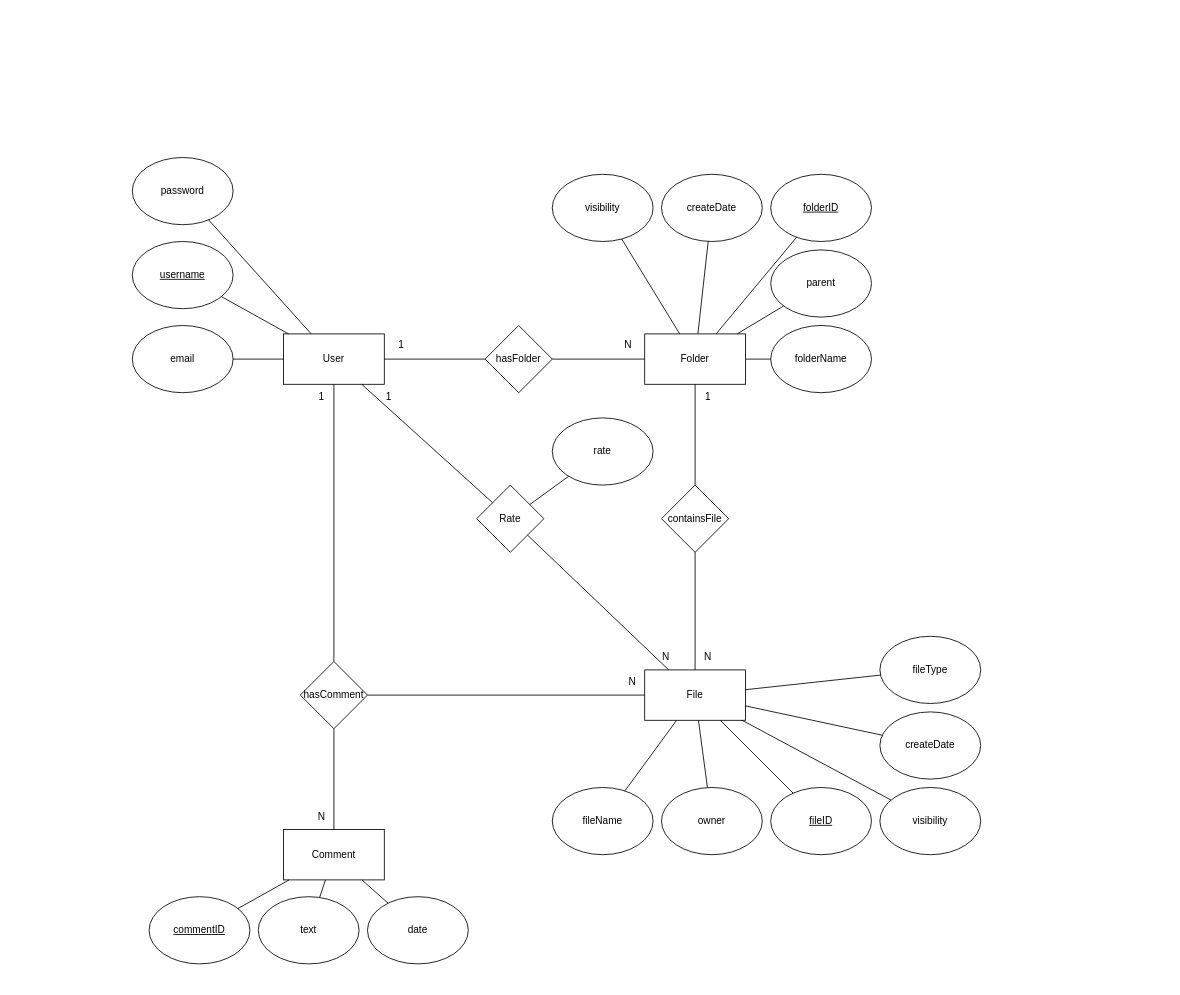
Above: diagramok/EK-diagram.drawio in HedSut/2024-adatb-projekt-drive (draw.io), before the change. Source tidied: cells renumbered, new cells numbered last; positions are measured from the earlier drawing's top-left corner, leaving out a move shared by most shapes. Both pictures are drawn from the tidied source at 84%, with x=0, y=0 at pixel (132, 157).
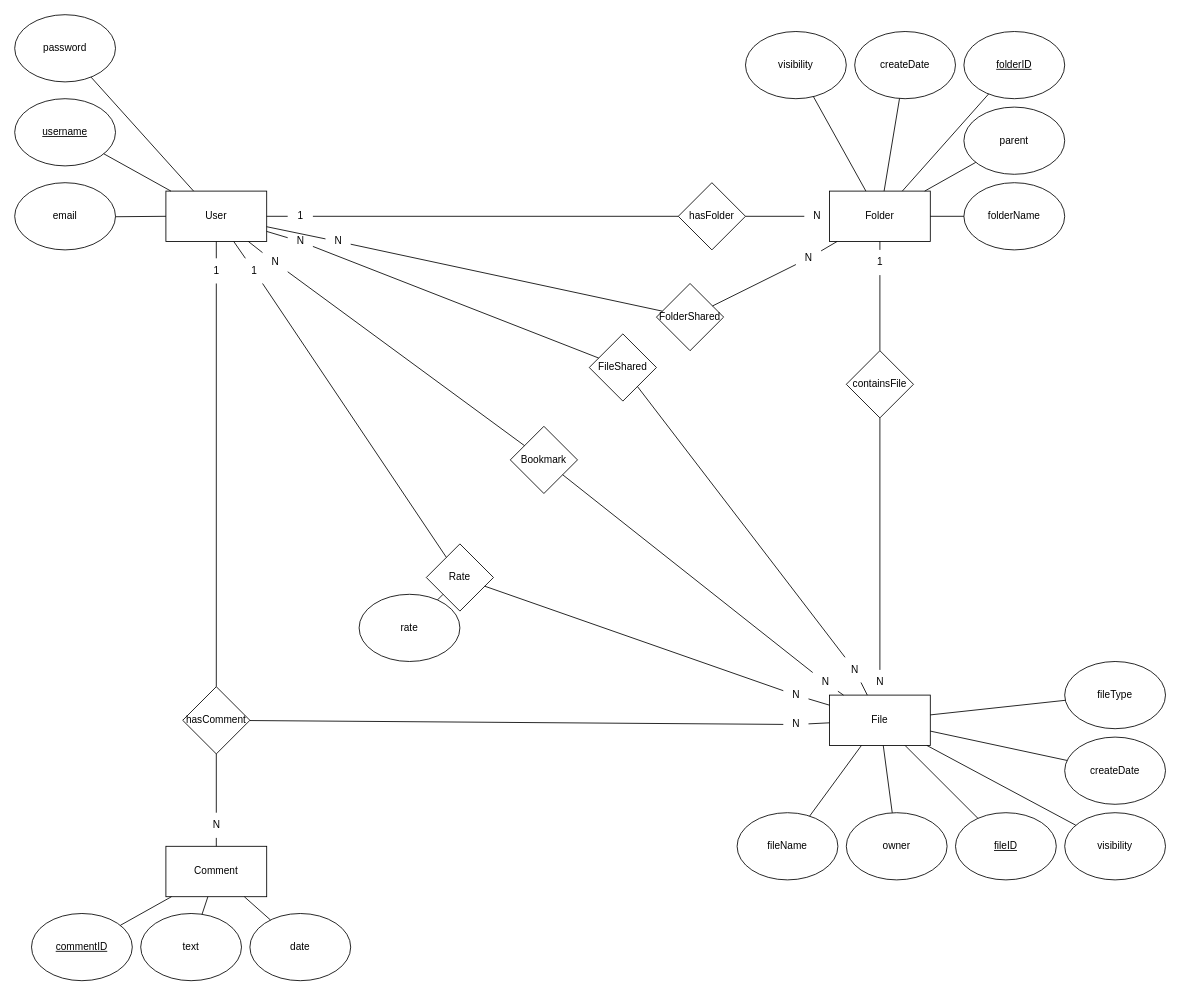
Above is the later version.

Commit message (it also covers changes not shown here):
ek diagram javitas

What changed in the source:
```diff
@@
     <mxCell id="2" value="User" style="rounded=0;whiteSpace=wrap;html=1;" parent="1" vertex="1">
-      <mxGeometry x="180" y="210" width="120" height="60" as="geometry" />
+      <mxGeometry x="40" y="40" width="120" height="60" as="geometry" />
     </mxCell>
     <mxCell id="3" value="Folder" style="rounded=0;whiteSpace=wrap;html=1;" parent="1" vertex="1">
-      <mxGeometry x="610" y="210" width="120" height="60" as="geometry" />
+      <mxGeometry x="830" y="40" width="120" height="60" as="geometry" />
     </mxCell>
     <mxCell id="4" value="File" style="rounded=0;whiteSpace=wrap;html=1;" parent="1" vertex="1">
-      <mxGeometry x="610" y="610" width="120" height="60" as="geometry" />
+      <mxGeometry x="830" y="640" width="120" height="60" as="geometry" />
     </mxCell>
     <mxCell id="5" value="Comment" style="rounded=0;whiteSpace=wrap;html=1;" parent="1" vertex="1">
-      <mxGeometry x="180" y="800" width="120" height="60" as="geometry" />
+      <mxGeometry x="40" y="820" width="120" height="60" as="geometry" />
     </mxCell>
     <mxCell id="6" value="email" style="ellipse;whiteSpace=wrap;html=1;" parent="1" vertex="1">
-      <mxGeometry y="200" width="120" height="80" as="geometry" />
+      <mxGeometry x="-140" y="30" width="120" height="80" as="geometry" />
     </mxCell>
     <mxCell id="7" value="&lt;u&gt;username&lt;/u&gt;" style="ellipse;whiteSpace=wrap;html=1;" parent="1" vertex="1">
-      <mxGeometry y="100" width="120" height="80" as="geometry" />
+      <mxGeometry x="-140" y="-70" width="120" height="80" as="geometry" />
     </mxCell>
     <mxCell id="8" value="password" style="ellipse;whiteSpace=wrap;html=1;" parent="1" vertex="1">
-      <mxGeometry width="120" height="80" as="geometry" />
+      <mxGeometry x="-140" y="-170" width="120" height="80" as="geometry" />
     </mxCell>
     <mxCell id="9" value="folderName" style="ellipse;whiteSpace=wrap;html=1;" parent="1" vertex="1">
-      <mxGeometry x="760" y="200" width="120" height="80" as="geometry" />
+      <mxGeometry x="990" y="30" width="120" height="80" as="geometry" />
     </mxCell>
     <mxCell id="10" value="visibility" style="ellipse;whiteSpace=wrap;html=1;" parent="1" vertex="1">
-      <mxGeometry x="500" y="20" width="120" height="80" as="geometry" />
+      <mxGeometry x="730" y="-150" width="120" height="80" as="geometry" />
     </mxCell>
     <mxCell id="11" value="createDate" style="ellipse;whiteSpace=wrap;html=1;" parent="1" vertex="1">
-      <mxGeometry x="630" y="20" width="120" height="80" as="geometry" />
+      <mxGeometry x="860" y="-150" width="120" height="80" as="geometry" />
     </mxCell>
     <mxCell id="12" value="fileName" style="ellipse;whiteSpace=wrap;html=1;" parent="1" vertex="1">
-      <mxGeometry x="500" y="750" width="120" height="80" as="geometry" />
+      <mxGeometry x="720" y="780" width="120" height="80" as="geometry" />
     </mxCell>
     <mxCell id="13" value="owner" style="ellipse;whiteSpace=wrap;html=1;" parent="1" vertex="1">
-      <mxGeometry x="630" y="750" width="120" height="80" as="geometry" />
+      <mxGeometry x="850" y="780" width="120" height="80" as="geometry" />
     </mxCell>
     <mxCell id="14" value="&lt;u&gt;fileID&lt;/u&gt;" style="ellipse;whiteSpace=wrap;html=1;" parent="1" vertex="1">
-      <mxGeometry x="760" y="750" width="120" height="80" as="geometry" />
+      <mxGeometry x="980" y="780" width="120" height="80" as="geometry" />
     </mxCell>
     <mxCell id="15" value="visibility" style="ellipse;whiteSpace=wrap;html=1;" parent="1" vertex="1">
-      <mxGeometry x="890" y="750" width="120" height="80" as="geometry" />
+      <mxGeometry x="1110" y="780" width="120" height="80" as="geometry" />
     </mxCell>
     <mxCell id="16" value="createDate" style="ellipse;whiteSpace=wrap;html=1;" parent="1" vertex="1">
-      <mxGeometry x="890" y="660" width="120" height="80" as="geometry" />
+      <mxGeometry x="1110" y="690" width="120" height="80" as="geometry" />
     </mxCell>
     <mxCell id="17" value="parent" style="ellipse;whiteSpace=wrap;html=1;" parent="1" vertex="1">
-      <mxGeometry x="760" y="110" width="120" height="80" as="geometry" />
+      <mxGeometry x="990" y="-60" width="120" height="80" as="geometry" />
     </mxCell>
     <mxCell id="18" value="fileType" style="ellipse;whiteSpace=wrap;html=1;" parent="1" vertex="1">
-      <mxGeometry x="890" y="570" width="120" height="80" as="geometry" />
+      <mxGeometry x="1110" y="600" width="120" height="80" as="geometry" />
     </mxCell>
     <mxCell id="19" value="&lt;u&gt;commentID&lt;/u&gt;" style="ellipse;whiteSpace=wrap;html=1;" parent="1" vertex="1">
-      <mxGeometry x="20" y="880" width="120" height="80" as="geometry" />
+      <mxGeometry x="-120" y="900" width="120" height="80" as="geometry" />
     </mxCell>
     <mxCell id="20" value="text" style="ellipse;whiteSpace=wrap;html=1;" parent="1" vertex="1">
-      <mxGeometry x="150" y="880" width="120" height="80" as="geometry" />
+      <mxGeometry x="10" y="900" width="120" height="80" as="geometry" />
     </mxCell>
     <mxCell id="21" value="date" style="ellipse;whiteSpace=wrap;html=1;" parent="1" vertex="1">
-      <mxGeometry x="280" y="880" width="120" height="80" as="geometry" />
+      <mxGeometry x="140" y="900" width="120" height="80" as="geometry" />
     </mxCell>
     <mxCell id="22" value="hasComment" style="rhombus;whiteSpace=wrap;html=1;" parent="1" vertex="1">
-      <mxGeometry x="200" y="600" width="80" height="80" as="geometry" />
+      <mxGeometry x="60" y="630" width="80" height="80" as="geometry" />
     </mxCell>
-    <mxCell id="23" style="endArrow=none;html=1;rounded=0;" parent="1" edge="1" source="22" target="4">
+    <mxCell id="23" style="endArrow=none;html=1;rounded=0;" parent="1" edge="1" source="63" target="4">
       <mxGeometry relative="1" as="geometry" />
     </mxCell>
-    <mxCell id="24" style="endArrow=none;html=1;rounded=0;" parent="1" edge="1" source="22" target="5">
+    <mxCell id="24" style="endArrow=none;html=1;rounded=0;" parent="1" edge="1" source="62" target="5">
       <mxGeometry relative="1" as="geometry" />
     </mxCell>
-    <mxCell id="25" style="endArrow=none;html=1;rounded=0;" parent="1" edge="1" source="2" target="22">
+    <mxCell id="25" style="endArrow=none;html=1;rounded=0;" parent="1" edge="1" source="61" target="22">
       <mxGeometry relative="1" as="geometry" />
     </mxCell>
     <mxCell id="26" value="Rate" style="rhombus;whiteSpace=wrap;html=1;" parent="1" vertex="1">
-      <mxGeometry x="410" y="390" width="80" height="80" as="geometry" />
+      <mxGeometry x="350" y="460" width="80" height="80" as="geometry" />
     </mxCell>
-    <mxCell id="27" style="endArrow=none;html=1;rounded=0;" parent="1" edge="1" source="2" target="26">
+    <mxCell id="27" style="endArrow=none;html=1;rounded=0;" parent="1" edge="1" source="57" target="26">
       <mxGeometry relative="1" as="geometry" />
     </mxCell>
-    <mxCell id="28" style="endArrow=none;html=1;rounded=0;" parent="1" edge="1" source="4" target="26">
+    <mxCell id="28" style="endArrow=none;html=1;rounded=0;" parent="1" edge="1" source="58" target="26">
       <mxGeometry relative="1" as="geometry" />
     </mxCell>
     <mxCell id="29" value="rate" style="ellipse;whiteSpace=wrap;html=1;" parent="1" vertex="1">
-      <mxGeometry x="500" y="310" width="120" height="80" as="geometry" />
+      <mxGeometry x="270" y="520" width="120" height="80" as="geometry" />
     </mxCell>
@@
     <mxCell id="31" value="hasFolder" style="rhombus;whiteSpace=wrap;html=1;" parent="1" vertex="1">
-      <mxGeometry x="420" y="200" width="80" height="80" as="geometry" />
+      <mxGeometry x="650" y="30" width="80" height="80" as="geometry" />
     </mxCell>
-    <mxCell id="32" style="endArrow=none;html=1;rounded=0;" parent="1" edge="1" source="2" target="31">
+    <mxCell id="32" style="endArrow=none;html=1;rounded=0;" parent="1" edge="1" source="55" target="31">
       <mxGeometry relative="1" as="geometry" />
     </mxCell>
-    <mxCell id="33" style="endArrow=none;html=1;rounded=0;" parent="1" edge="1" source="3" target="31">
+    <mxCell id="33" style="endArrow=none;html=1;rounded=0;" parent="1" edge="1" source="56" target="31">
       <mxGeometry relative="1" as="geometry" />
     </mxCell>
     <mxCell id="34" value="containsFile" style="rhombus;whiteSpace=wrap;html=1;" parent="1" vertex="1">
-      <mxGeometry x="630" y="390" width="80" height="80" as="geometry" />
+      <mxGeometry x="850" y="230" width="80" height="80" as="geometry" />
     </mxCell>
-    <mxCell id="35" style="endArrow=none;html=1;rounded=0;" parent="1" edge="1" source="34" target="3">
+    <mxCell id="35" style="endArrow=none;html=1;rounded=0;" parent="1" edge="1" source="59" target="3">
       <mxGeometry relative="1" as="geometry" />
     </mxCell>
-    <mxCell id="36" style="endArrow=none;html=1;rounded=0;" parent="1" edge="1" source="4" target="34">
+    <mxCell id="36" style="endArrow=none;html=1;rounded=0;" parent="1" edge="1" source="60" target="34">
       <mxGeometry relative="1" as="geometry" />
     </mxCell>
     <mxCell id="37" value="&lt;u&gt;folderID&lt;/u&gt;" style="ellipse;whiteSpace=wrap;html=1;" parent="1" vertex="1">
-      <mxGeometry x="760" y="20" width="120" height="80" as="geometry" />
+      <mxGeometry x="990" y="-150" width="120" height="80" as="geometry" />
     </mxCell>
@@
+    <mxCell id="64" value="Bookmark" style="rhombus;whiteSpace=wrap;html=1;" parent="1" vertex="1">
+      <mxGeometry x="450" y="320" width="80" height="80" as="geometry" />
+    </mxCell>
+    <mxCell id="65" style="endArrow=none;html=1;rounded=0;" parent="1" edge="1" source="82" target="64">
+      <mxGeometry relative="1" as="geometry" />
+    </mxCell>
+    <mxCell id="66" style="endArrow=none;html=1;rounded=0;" parent="1" edge="1" source="80" target="4">
+      <mxGeometry relative="1" as="geometry" />
+    </mxCell>
+    <mxCell id="67" value="FileShared" style="rhombus;whiteSpace=wrap;html=1;" parent="1" vertex="1">
+      <mxGeometry x="544" y="210" width="80" height="80" as="geometry" />
+    </mxCell>
+    <mxCell id="68" style="endArrow=none;html=1;rounded=0;" parent="1" edge="1" source="86" target="67">
+      <mxGeometry relative="1" as="geometry" />
+    </mxCell>
+    <mxCell id="69" style="endArrow=none;html=1;rounded=0;" parent="1" edge="1" source="84" target="2">
+      <mxGeometry relative="1" as="geometry" />
+    </mxCell>
+    <mxCell id="70" style="endArrow=none;html=1;rounded=0;" parent="1" edge="1" source="2" target="57">
+      <mxGeometry relative="1" as="geometry" />
+    </mxCell>
+    <mxCell id="57" value="1" style="text;html=1;align=center;verticalAlign=middle;points=[];strokeColor=none;fillColor=none;" parent="1" vertex="1">
+      <mxGeometry x="130" y="120" width="30" height="30" as="geometry" />
+    </mxCell>
+    <mxCell id="71" style="endArrow=none;html=1;rounded=0;" parent="1" edge="1" source="2" target="61">
+      <mxGeometry relative="1" as="geometry" />
+    </mxCell>
+    <mxCell id="61" value="1" style="text;html=1;align=center;verticalAlign=middle;points=[];strokeColor=none;fillColor=none;" parent="1" vertex="1">
+      <mxGeometry x="85" y="120" width="30" height="30" as="geometry" />
+    </mxCell>
+    <mxCell id="72" style="endArrow=none;html=1;rounded=0;" parent="1" edge="1" source="2" target="55">
+      <mxGeometry relative="1" as="geometry" />
+    </mxCell>
     <mxCell id="55" value="1" style="text;html=1;align=center;verticalAlign=middle;points=[];strokeColor=none;fillColor=none;" parent="1" vertex="1">
-      <mxGeometry x="305" y="208" width="30" height="30" as="geometry" />
+      <mxGeometry x="185" y="55" width="30" height="30" as="geometry" />
     </mxCell>
+    <mxCell id="73" style="endArrow=none;html=1;rounded=0;" parent="1" edge="1" source="3" target="56">
+      <mxGeometry relative="1" as="geometry" />
+    </mxCell>
     <mxCell id="56" value="N" style="text;html=1;align=center;verticalAlign=middle;points=[];strokeColor=none;fillColor=none;" parent="1" vertex="1">
-      <mxGeometry x="575" y="208" width="30" height="30" as="geometry" />
+      <mxGeometry x="800" y="55" width="30" height="30" as="geometry" />
     </mxCell>
-    <mxCell id="57" value="1" style="text;html=1;align=center;verticalAlign=middle;points=[];strokeColor=none;fillColor=none;" parent="1" vertex="1">
-      <mxGeometry x="290" y="270" width="30" height="30" as="geometry" />
-    </mxCell>
+    <mxCell id="74" style="endArrow=none;html=1;rounded=0;" parent="1" edge="1" source="34" target="59">
+      <mxGeometry relative="1" as="geometry" />
+    </mxCell>
+    <mxCell id="59" value="1" style="text;html=1;align=center;verticalAlign=middle;points=[];strokeColor=none;fillColor=none;" parent="1" vertex="1">
+      <mxGeometry x="875" y="110" width="30" height="30" as="geometry" />
+    </mxCell>
+    <mxCell id="75" style="endArrow=none;html=1;rounded=0;" parent="1" edge="1" source="4" target="60">
+      <mxGeometry relative="1" as="geometry" />
+    </mxCell>
+    <mxCell id="60" value="N" style="text;html=1;align=center;verticalAlign=middle;points=[];strokeColor=none;fillColor=none;" parent="1" vertex="1">
+      <mxGeometry x="875" y="610" width="30" height="30" as="geometry" />
+    </mxCell>
+    <mxCell id="76" style="endArrow=none;html=1;rounded=0;" parent="1" edge="1" source="4" target="58">
+      <mxGeometry relative="1" as="geometry" />
+    </mxCell>
     <mxCell id="58" value="N" style="text;html=1;align=center;verticalAlign=middle;points=[];strokeColor=none;fillColor=none;" parent="1" vertex="1">
-      <mxGeometry x="620" y="580" width="30" height="30" as="geometry" />
+      <mxGeometry x="775" y="625" width="30" height="30" as="geometry" />
     </mxCell>
-    <mxCell id="59" value="1" style="text;html=1;align=center;verticalAlign=middle;points=[];strokeColor=none;fillColor=none;" parent="1" vertex="1">
-      <mxGeometry x="670" y="270" width="30" height="30" as="geometry" />
-    </mxCell>
-    <mxCell id="60" value="N" style="text;html=1;align=center;verticalAlign=middle;points=[];strokeColor=none;fillColor=none;" parent="1" vertex="1">
-      <mxGeometry x="670" y="580" width="30" height="30" as="geometry" />
-    </mxCell>
-    <mxCell id="61" value="1" style="text;html=1;align=center;verticalAlign=middle;points=[];strokeColor=none;fillColor=none;" parent="1" vertex="1">
-      <mxGeometry x="210" y="270" width="30" height="30" as="geometry" />
-    </mxCell>
+    <mxCell id="77" style="endArrow=none;html=1;rounded=0;" parent="1" edge="1" source="22" target="63">
+      <mxGeometry relative="1" as="geometry" />
+    </mxCell>
+    <mxCell id="63" value="N" style="text;html=1;align=center;verticalAlign=middle;points=[];strokeColor=none;fillColor=none;" parent="1" vertex="1">
+      <mxGeometry x="775" y="660" width="30" height="30" as="geometry" />
+    </mxCell>
+    <mxCell id="78" style="endArrow=none;html=1;rounded=0;" parent="1" edge="1" source="22" target="62">
+      <mxGeometry relative="1" as="geometry" />
+    </mxCell>
     <mxCell id="62" value="N" style="text;html=1;align=center;verticalAlign=middle;points=[];strokeColor=none;fillColor=none;" parent="1" vertex="1">
-      <mxGeometry x="210" y="770" width="30" height="30" as="geometry" />
+      <mxGeometry x="85" y="780" width="30" height="30" as="geometry" />
     </mxCell>
-    <mxCell id="63" value="N" style="text;html=1;align=center;verticalAlign=middle;points=[];strokeColor=none;fillColor=none;" parent="1" vertex="1">
-      <mxGeometry x="580" y="610" width="30" height="30" as="geometry" />
-    </mxCell>
+    <mxCell id="79" style="endArrow=none;html=1;rounded=0;" parent="1" edge="1" source="64" target="80">
+      <mxGeometry relative="1" as="geometry" />
+    </mxCell>
+    <mxCell id="80" value="N" style="text;html=1;align=center;verticalAlign=middle;points=[];strokeColor=none;fillColor=none;" parent="1" vertex="1">
+      <mxGeometry x="810" y="610" width="30" height="30" as="geometry" />
+    </mxCell>
+    <mxCell id="81" style="endArrow=none;html=1;rounded=0;" parent="1" edge="1" source="2" target="82">
+      <mxGeometry relative="1" as="geometry" />
+    </mxCell>
+    <mxCell id="82" value="N" style="text;html=1;align=center;verticalAlign=middle;points=[];strokeColor=none;fillColor=none;" parent="1" vertex="1">
+      <mxGeometry x="155" y="110" width="30" height="30" as="geometry" />
+    </mxCell>
+    <mxCell id="83" style="endArrow=none;html=1;rounded=0;" parent="1" edge="1" source="67" target="84">
+      <mxGeometry relative="1" as="geometry" />
+    </mxCell>
+    <mxCell id="84" value="N" style="text;html=1;align=center;verticalAlign=middle;points=[];strokeColor=none;fillColor=none;" parent="1" vertex="1">
+      <mxGeometry x="185" y="85" width="30" height="30" as="geometry" />
+    </mxCell>
+    <mxCell id="85" style="endArrow=none;html=1;rounded=0;" parent="1" edge="1" source="4" target="86">
+      <mxGeometry relative="1" as="geometry" />
+    </mxCell>
+    <mxCell id="86" value="N" style="text;html=1;align=center;verticalAlign=middle;points=[];strokeColor=none;fillColor=none;" parent="1" vertex="1">
+      <mxGeometry x="845" y="595" width="30" height="30" as="geometry" />
+    </mxCell>
+    <mxCell id="87" value="FolderShared" style="rhombus;whiteSpace=wrap;html=1;" parent="1" vertex="1">
+      <mxGeometry x="624" y="150" width="80" height="80" as="geometry" />
+    </mxCell>
+    <mxCell id="88" style="endArrow=none;html=1;rounded=0;" parent="1" edge="1" source="93" target="2">
+      <mxGeometry relative="1" as="geometry" />
+    </mxCell>
+    <mxCell id="89" style="endArrow=none;html=1;rounded=0;" parent="1" edge="1" source="91" target="87">
+      <mxGeometry relative="1" as="geometry" />
+    </mxCell>
+    <mxCell id="90" style="endArrow=none;html=1;rounded=0;" parent="1" edge="1" source="3" target="91">
+      <mxGeometry relative="1" as="geometry" />
+    </mxCell>
+    <mxCell id="91" value="N" style="text;html=1;align=center;verticalAlign=middle;points=[];strokeColor=none;fillColor=none;" parent="1" vertex="1">
+      <mxGeometry x="790" y="105" width="30" height="30" as="geometry" />
+    </mxCell>
+    <mxCell id="92" style="endArrow=none;html=1;rounded=0;" parent="1" edge="1" source="87" target="93">
+      <mxGeometry relative="1" as="geometry" />
+    </mxCell>
+    <mxCell id="93" value="N" style="text;html=1;align=center;verticalAlign=middle;points=[];strokeColor=none;fillColor=none;" parent="1" vertex="1">
+      <mxGeometry x="230" y="85" width="30" height="30" as="geometry" />
+    </mxCell>
```
